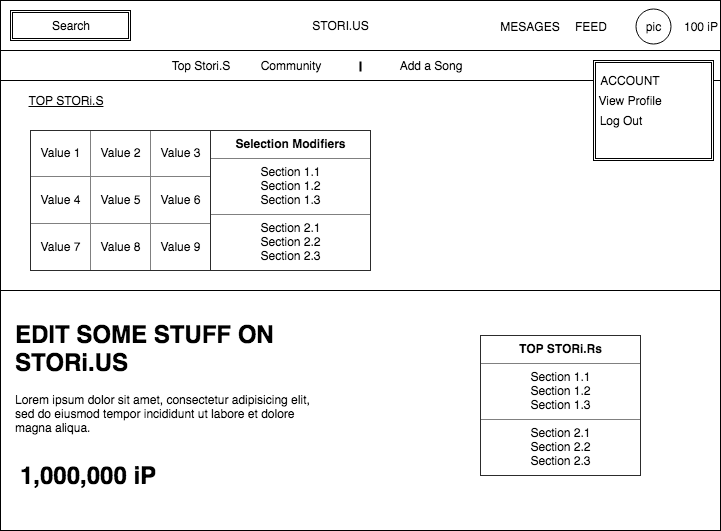
Before: docs/wireframes/Home.png, a diagram exported from draw.io (NothingFiner/storius). Source tidied: cells renumbered, new cells last; positions are measured from the earlier drawing's top-left corner, leaving out a move shared by most shapes. Its diagram source:
```xml
<mxGraphModel background="#ffffff">
  <root>
    <mxCell id="0" />
    <mxCell id="1" parent="0" />
    <mxCell id="2" style="whiteSpace=wrap;html=1;" parent="1" vertex="1">
      <mxGeometry y="50" width="720" height="240" as="geometry" />
    </mxCell>
    <mxCell id="3" style="whiteSpace=wrap;html=1;" parent="1" vertex="1">
      <mxGeometry y="50" width="720" height="30" as="geometry" />
    </mxCell>
    <mxCell id="4" style="whiteSpace=wrap;html=1;" parent="1" vertex="1">
      <mxGeometry width="720" height="50" as="geometry" />
    </mxCell>
    <mxCell id="5" value="pic" style="ellipse;whiteSpace=wrap;html=1;" parent="1" vertex="1">
      <mxGeometry x="635" y="8" width="35" height="35" as="geometry" />
    </mxCell>
    <mxCell id="6" value="100 iP" style="text;html=1;strokeColor=none;fillColor=none;align=center;verticalAlign=middle;whiteSpace=wrap;" parent="1" vertex="1">
      <mxGeometry x="680" y="16" width="40" height="20" as="geometry" />
    </mxCell>
    <mxCell id="7" value="&lt;div style=&quot;text-align: left&quot;&gt;&lt;br&gt;&lt;/div&gt;" style="shape=ext;double=1;whiteSpace=wrap;html=1;" parent="1" vertex="1">
      <mxGeometry x="593" y="60" width="120" height="100" as="geometry" />
    </mxCell>
    <mxCell id="8" value="ACCOUNT" style="text;html=1;strokeColor=none;fillColor=none;align=center;verticalAlign=middle;whiteSpace=wrap;" parent="1" vertex="1">
      <mxGeometry x="610" y="70" width="40" height="20" as="geometry" />
    </mxCell>
    <mxCell id="9" value="View Profile" style="text;html=1;strokeColor=none;fillColor=none;align=center;verticalAlign=middle;whiteSpace=wrap;" parent="1" vertex="1">
      <mxGeometry x="580" y="90" width="100" height="20" as="geometry" />
    </mxCell>
    <mxCell id="10" value="Log Out" style="text;html=1;strokeColor=none;fillColor=none;align=center;verticalAlign=middle;whiteSpace=wrap;" parent="1" vertex="1">
      <mxGeometry x="560" y="110" width="120" height="20" as="geometry" />
    </mxCell>
    <mxCell id="11" value="FEED" style="text;html=1;strokeColor=none;fillColor=none;align=center;verticalAlign=middle;whiteSpace=wrap;" parent="1" vertex="1">
      <mxGeometry x="570" y="16" width="40" height="20" as="geometry" />
    </mxCell>
    <mxCell id="12" value="Search" style="shape=ext;double=1;whiteSpace=wrap;html=1;" parent="1" vertex="1">
      <mxGeometry x="10" y="10" width="120" height="30" as="geometry" />
    </mxCell>
    <mxCell id="13" value="MESAGES" style="text;html=1;strokeColor=none;fillColor=none;align=center;verticalAlign=middle;whiteSpace=wrap;" parent="1" vertex="1">
      <mxGeometry x="510" y="16" width="40" height="20" as="geometry" />
    </mxCell>
    <mxCell id="14" value="STORI.US" style="text;html=1;strokeColor=none;fillColor=none;align=center;verticalAlign=middle;whiteSpace=wrap;" parent="1" vertex="1">
      <mxGeometry x="320" y="15" width="40" height="20" as="geometry" />
    </mxCell>
    <mxCell id="15" value="Top Stori.S" style="text;html=1;strokeColor=none;fillColor=none;align=center;verticalAlign=middle;whiteSpace=wrap;" parent="1" vertex="1">
      <mxGeometry x="160" y="55" width="80" height="20" as="geometry" />
    </mxCell>
    <mxCell id="16" value="Community" style="text;html=1;strokeColor=none;fillColor=none;align=center;verticalAlign=middle;whiteSpace=wrap;" parent="1" vertex="1">
      <mxGeometry x="270" y="55" width="40" height="20" as="geometry" />
    </mxCell>
    <mxCell id="17" style="line;strokeWidth=2;direction=south;html=1;" parent="1" vertex="1">
      <mxGeometry x="355" y="61" width="10" height="10" as="geometry" />
    </mxCell>
    <mxCell id="18" value="Add a Song" style="text;html=1;strokeColor=none;fillColor=none;align=center;verticalAlign=middle;whiteSpace=wrap;" parent="1" vertex="1">
      <mxGeometry x="390" y="55" width="80" height="20" as="geometry" />
    </mxCell>
    <mxCell id="19" value="TOP STORi.S" style="text;html=1;strokeColor=none;fillColor=none;align=center;verticalAlign=middle;whiteSpace=wrap;fontStyle=4;" parent="1" vertex="1">
      <mxGeometry x="10" y="90" width="110" height="20" as="geometry" />
    </mxCell>
    <mxCell id="20" value="&lt;table border=&quot;1&quot; width=&quot;100%&quot; height=&quot;100%&quot; style=&quot;width:100%;height:100%;border-collapse:collapse;&quot;&gt;&lt;tr&gt;&lt;td align=&quot;center&quot;&gt;Value 1&lt;/td&gt;&lt;td align=&quot;center&quot;&gt;Value 2&lt;/td&gt;&lt;td align=&quot;center&quot;&gt;Value 3&lt;/td&gt;&lt;/tr&gt;&lt;tr&gt;&lt;td align=&quot;center&quot;&gt;Value 4&lt;/td&gt;&lt;td align=&quot;center&quot;&gt;Value 5&lt;/td&gt;&lt;td align=&quot;center&quot;&gt;Value 6&lt;/td&gt;&lt;/tr&gt;&lt;tr&gt;&lt;td align=&quot;center&quot;&gt;Value 7&lt;/td&gt;&lt;td align=&quot;center&quot;&gt;Value 8&lt;/td&gt;&lt;td align=&quot;center&quot;&gt;Value 9&lt;/td&gt;&lt;/tr&gt;&lt;/table&gt;" style="text;html=1;overflow=fill;" parent="1" vertex="1">
      <mxGeometry x="30" y="130" width="180" height="140" as="geometry" />
    </mxCell>
    <mxCell id="21" value="&lt;table border=&quot;1&quot; width=&quot;100%&quot; cellpadding=&quot;4&quot; style=&quot;width: 100% ; height: 100% ; border-collapse: collapse&quot;&gt;&lt;tbody&gt;&lt;tr&gt;&lt;th align=&quot;center&quot;&gt;&lt;b&gt;Selection Modifiers&lt;/b&gt;&lt;/th&gt;&lt;/tr&gt;&lt;tr&gt;&lt;td align=&quot;center&quot;&gt;Section 1.1&lt;br&gt;Section 1.2&lt;br&gt;Section 1.3&lt;/td&gt;&lt;/tr&gt;&lt;tr&gt;&lt;td align=&quot;center&quot;&gt;Section 2.1&lt;br&gt;Section 2.2&lt;br&gt;Section 2.3&lt;/td&gt;&lt;/tr&gt;&lt;/tbody&gt;&lt;/table&gt;" style="text;html=1;overflow=fill;" parent="1" vertex="1">
      <mxGeometry x="210" y="130" width="160" height="140" as="geometry" />
    </mxCell>
    <mxCell id="22" style="whiteSpace=wrap;html=1;" parent="1" vertex="1">
      <mxGeometry y="290" width="720" height="240" as="geometry" />
    </mxCell>
    <mxCell id="23" value="&lt;h1&gt;EDIT SOME STUFF ON STORi.US&lt;/h1&gt;&lt;p&gt;Lorem ipsum dolor sit amet, consectetur adipisicing elit, sed do eiusmod tempor incididunt ut labore et dolore magna aliqua.&lt;/p&gt;" style="text;html=1;spacing=5;spacingTop=-20;whiteSpace=wrap;overflow=hidden;" parent="1" vertex="1">
      <mxGeometry x="10" y="315" width="320" height="120" as="geometry" />
    </mxCell>
    <mxCell id="24" value="1,000,000 iP" style="text;html=1;fontSize=24;fontStyle=1;verticalAlign=middle;align=center;" parent="1" vertex="1">
      <mxGeometry x="10" y="460" width="155" height="30" as="geometry" />
    </mxCell>
    <mxCell id="25" value="&lt;table border=&quot;1&quot; width=&quot;100%&quot; cellpadding=&quot;4&quot; style=&quot;width: 100% ; height: 100% ; border-collapse: collapse&quot;&gt;&lt;tbody&gt;&lt;tr&gt;&lt;th align=&quot;center&quot;&gt;TOP STORi.Rs&lt;/th&gt;&lt;/tr&gt;&lt;tr&gt;&lt;td align=&quot;center&quot;&gt;Section 1.1&lt;br&gt;Section 1.2&lt;br&gt;Section 1.3&lt;/td&gt;&lt;/tr&gt;&lt;tr&gt;&lt;td align=&quot;center&quot;&gt;Section 2.1&lt;br&gt;Section 2.2&lt;br&gt;Section 2.3&lt;/td&gt;&lt;/tr&gt;&lt;/tbody&gt;&lt;/table&gt;" style="text;html=1;overflow=fill;" parent="1" vertex="1">
      <mxGeometry x="480" y="335" width="160" height="140" as="geometry" />
    </mxCell>
  </root>
</mxGraphModel>
```
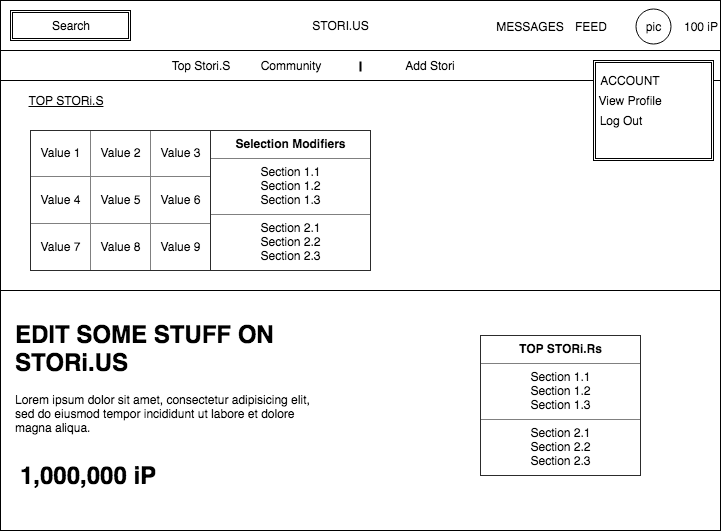
Above is the later version.

The edit, as a diff of the source:
```diff
@@ -35,7 +35,7 @@
     <mxCell id="12" value="Search" style="shape=ext;double=1;whiteSpace=wrap;html=1;" parent="1" vertex="1">
       <mxGeometry x="10" y="10" width="120" height="30" as="geometry" />
     </mxCell>
-    <mxCell id="13" value="MESAGES" style="text;html=1;strokeColor=none;fillColor=none;align=center;verticalAlign=middle;whiteSpace=wrap;" parent="1" vertex="1">
+    <mxCell id="13" value="MESSAGES" style="text;html=1;strokeColor=none;fillColor=none;align=center;verticalAlign=middle;whiteSpace=wrap;" parent="1" vertex="1">
       <mxGeometry x="510" y="16" width="40" height="20" as="geometry" />
     </mxCell>
     <mxCell id="14" value="STORI.US" style="text;html=1;strokeColor=none;fillColor=none;align=center;verticalAlign=middle;whiteSpace=wrap;" parent="1" vertex="1">
@@ -50,7 +50,7 @@
     <mxCell id="17" style="line;strokeWidth=2;direction=south;html=1;" parent="1" vertex="1">
       <mxGeometry x="355" y="61" width="10" height="10" as="geometry" />
     </mxCell>
-    <mxCell id="18" value="Add a Song" style="text;html=1;strokeColor=none;fillColor=none;align=center;verticalAlign=middle;whiteSpace=wrap;" parent="1" vertex="1">
+    <mxCell id="18" value="Add Stori" style="text;html=1;strokeColor=none;fillColor=none;align=center;verticalAlign=middle;whiteSpace=wrap;" parent="1" vertex="1">
       <mxGeometry x="390" y="55" width="80" height="20" as="geometry" />
     </mxCell>
     <mxCell id="19" value="TOP STORi.S" style="text;html=1;strokeColor=none;fillColor=none;align=center;verticalAlign=middle;whiteSpace=wrap;fontStyle=4;" parent="1" vertex="1">
```
